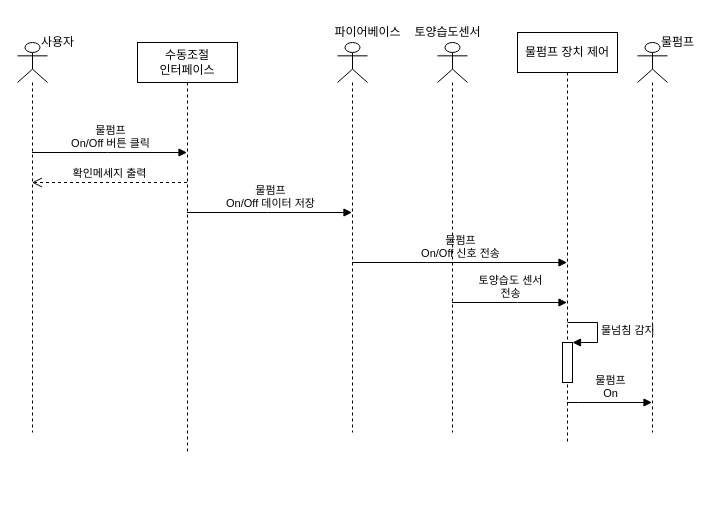
Above: 5주차/시퀀스 다이어그램/manual_seq_dg.drawio in sonmyungwon/Software-Development (draw.io), before the change. Source tidied: cells renumbered, new cells numbered last; positions are measured from the earlier drawing's top-left corner, leaving out a move shared by most shapes. Both pictures are drawn from the tidied source at 100%, with x=0, y=0 at pixel (17, 17).
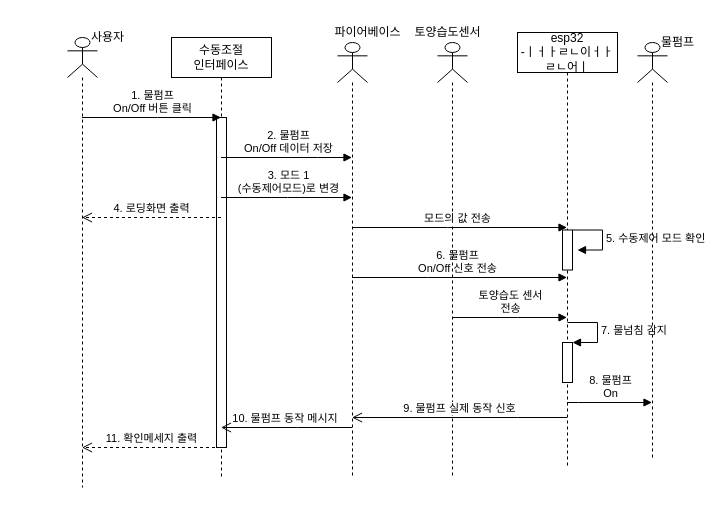
After the change.

Unchanged cells that the change refers to:
```xml
<mxCell id="4" style="html=1;points=[];perimeter=orthogonalPerimeter;" parent="3" vertex="1">
  <mxGeometry x="45" y="310" width="10" height="40" as="geometry" />
</mxCell>
```

What changed in the source:
```diff
@@
     <mxCell id="2" value="수동조절&lt;br&gt;&amp;nbsp;인터페이스&lt;span style=&quot;white-space: pre;&quot;&gt; &lt;/span&gt;" style="shape=umlLifeline;perimeter=lifelinePerimeter;whiteSpace=wrap;html=1;outlineConnect=0;" parent="1" vertex="1">
-      <mxGeometry x="120" y="25" width="100" height="410" as="geometry" />
+      <mxGeometry x="154" y="20" width="100" height="440" as="geometry" />
     </mxCell>
+    <mxCell id="20" style="html=1;perimeter=orthogonalPerimeter;" parent="2" vertex="1">
+      <mxGeometry x="45" y="80" width="10" height="330" as="geometry" />
+    </mxCell>
-    <mxCell id="3" value="물펌프 장치 제어" style="shape=umlLifeline;perimeter=lifelinePerimeter;whiteSpace=wrap;html=1;outlineConnect=0;" parent="1" vertex="1">
-      <mxGeometry x="500" y="15" width="100" height="410" as="geometry" />
+    <mxCell id="3" value="esp32&lt;br&gt;-ㅣㅓㅏㄹㄴ이ㅓㅏㄹㄴ어ㅣ" style="shape=umlLifeline;perimeter=lifelinePerimeter;whiteSpace=wrap;html=1;outlineConnect=0;" parent="1" vertex="1">
+      <mxGeometry x="500" y="15" width="100" height="435" as="geometry" />
     </mxCell>
@@
-    <mxCell id="5" value="물넘침 감지" style="edgeStyle=orthogonalEdgeStyle;html=1;align=left;spacingLeft=2;endArrow=block;rounded=0;entryX=1;entryY=0;" parent="3" edge="1" target="4">
+    <mxCell id="5" value="7. 물넘침 감지" style="edgeStyle=orthogonalEdgeStyle;html=1;align=left;spacingLeft=2;endArrow=block;rounded=0;entryX=1;entryY=0;" parent="3" edge="1" target="4">
       <mxGeometry relative="1" as="geometry">
         <mxPoint x="50" y="290" as="sourcePoint" />
         <Array as="points">
           <mxPoint x="80" y="290" />
         </Array>
       </mxGeometry>
     </mxCell>
+    <mxCell id="21" style="html=1;perimeter=orthogonalPerimeter;" parent="3" vertex="1">
+      <mxGeometry x="45" y="197.5" width="10" height="40" as="geometry" />
+    </mxCell>
+    <mxCell id="22" value="5. 수동제어 모드 확인" style="edgeStyle=orthogonalEdgeStyle;html=1;align=left;spacingLeft=2;endArrow=block;rounded=0;entryX=1;entryY=0;" parent="3" edge="1">
+      <mxGeometry relative="1" as="geometry">
+        <mxPoint x="55" y="197.5" as="sourcePoint" />
+        <mxPoint x="60" y="217.5" as="targetPoint" />
+        <Array as="points">
+          <mxPoint x="85" y="197.5" />
+        </Array>
+      </mxGeometry>
+    </mxCell>
-    <mxCell id="6" value="물펌프&lt;br&gt;On/Off 버튼 클릭" style="html=1;verticalAlign=bottom;endArrow=block;rounded=0;" parent="1" edge="1" source="11" target="2">
+    <mxCell id="6" value="1. 물펌프&lt;br&gt;On/Off 버튼 클릭" style="html=1;verticalAlign=bottom;endArrow=block;rounded=0;" parent="1" edge="1" source="11" target="2">
       <mxGeometry relative="1" as="geometry">
         <Array as="points">
-          <mxPoint x="90" y="135" />
+          <mxPoint x="140" y="100" />
         </Array>
       </mxGeometry>
     </mxCell>
-    <mxCell id="7" value="확인메세지 출력" style="html=1;verticalAlign=bottom;endArrow=open;dashed=1;endSize=8;rounded=0;" parent="1" edge="1" source="2" target="11">
+    <mxCell id="7" value="11. 확인메세지 출력" style="html=1;verticalAlign=bottom;endArrow=open;dashed=1;endSize=8;rounded=0;" parent="1" edge="1" source="2" target="11">
       <mxGeometry relative="1" as="geometry">
         <Array as="points">
-          <mxPoint x="100" y="165" />
+          <mxPoint x="150" y="430" />
         </Array>
       </mxGeometry>
     </mxCell>
-    <mxCell id="8" value="물펌프&lt;br&gt;On/Off 데이터 저장" style="html=1;verticalAlign=bottom;endArrow=block;rounded=0;" parent="1" edge="1" source="2" target="15">
-      <mxGeometry relative="1" as="geometry">
+    <mxCell id="8" value="2. 물펌프&lt;br&gt;On/Off 데이터 저장" style="html=1;verticalAlign=bottom;endArrow=block;rounded=0;" parent="1" edge="1" source="2" target="15">
+      <mxGeometry x="0.02" relative="1" as="geometry">
         <Array as="points">
-          <mxPoint x="250" y="195" />
+          <mxPoint x="300" y="140" />
         </Array>
       </mxGeometry>
     </mxCell>
-    <mxCell id="9" value="물펌프&lt;br&gt;On/Off 신호 전송" style="html=1;verticalAlign=bottom;endArrow=block;rounded=0;" parent="1" edge="1" source="15" target="3">
-      <mxGeometry relative="1" as="geometry">
+    <mxCell id="9" value="6. 물펌프&lt;br&gt;On/Off 신호 전송" style="html=1;verticalAlign=bottom;endArrow=block;rounded=0;" parent="1" edge="1" source="15" target="3">
+      <mxGeometry x="-0.02" relative="1" as="geometry">
         <Array as="points">
-          <mxPoint x="410" y="245" />
+          <mxPoint x="410" y="260" />
         </Array>
       </mxGeometry>
     </mxCell>
-    <mxCell id="10" value="물펌프&lt;br&gt;On" style="html=1;verticalAlign=bottom;endArrow=block;rounded=0;" parent="1" edge="1" source="3" target="13">
+    <mxCell id="10" value="8. 물펌프&lt;br&gt;On" style="html=1;verticalAlign=bottom;endArrow=block;rounded=0;" parent="1" edge="1" source="3" target="13">
       <mxGeometry relative="1" as="geometry">
         <Array as="points">
           <mxPoint x="561" y="385" />
         </Array>
       </mxGeometry>
     </mxCell>
     <mxCell id="11" style="shape=umlLifeline;participant=umlActor;perimeter=lifelinePerimeter;whiteSpace=wrap;html=1;verticalAlign=top;spacingTop=36;outlineConnect=0;" parent="1" vertex="1">
-      <mxGeometry y="25" width="30" height="390" as="geometry" />
+      <mxGeometry x="50" y="20" width="30" height="450" as="geometry" />
     </mxCell>
     <mxCell id="12" value="사용자" style="text;html=1;align=center;verticalAlign=middle;strokeColor=none;fillColor=none;" parent="1" vertex="1">
-      <mxGeometry x="10" y="10" width="60" height="30" as="geometry" />
+      <mxGeometry x="60" y="5" width="60" height="30" as="geometry" />
     </mxCell>
     <mxCell id="13" style="shape=umlLifeline;participant=umlActor;perimeter=lifelinePerimeter;whiteSpace=wrap;html=1;verticalAlign=top;spacingTop=36;outlineConnect=0;" parent="1" vertex="1">
-      <mxGeometry x="620" y="25" width="30" height="390" as="geometry" />
+      <mxGeometry x="620" y="25" width="30" height="415" as="geometry" />
     </mxCell>
@@
     <mxCell id="15" style="shape=umlLifeline;participant=umlActor;perimeter=lifelinePerimeter;whiteSpace=wrap;html=1;verticalAlign=top;spacingTop=36;outlineConnect=0;" parent="1" vertex="1">
-      <mxGeometry x="320" y="25" width="30" height="390" as="geometry" />
+      <mxGeometry x="320" y="25" width="30" height="435" as="geometry" />
     </mxCell>
@@
     <mxCell id="17" style="shape=umlLifeline;participant=umlActor;perimeter=lifelinePerimeter;whiteSpace=wrap;html=1;verticalAlign=top;spacingTop=36;outlineConnect=0;" parent="1" vertex="1">
-      <mxGeometry x="420" y="25" width="30" height="390" as="geometry" />
+      <mxGeometry x="420" y="25" width="30" height="435" as="geometry" />
     </mxCell>
@@
     <mxCell id="19" value="토양습도 센서&lt;br&gt;전송" style="html=1;verticalAlign=bottom;endArrow=block;rounded=0;" parent="1" edge="1" source="17" target="3">
       <mxGeometry relative="1" as="geometry">
         <Array as="points">
-          <mxPoint x="500" y="285" />
+          <mxPoint x="500" y="300" />
         </Array>
       </mxGeometry>
     </mxCell>
+    <mxCell id="23" value="4. 로딩화면 출력" style="html=1;verticalAlign=bottom;endArrow=open;dashed=1;endSize=8;rounded=0;" parent="1" edge="1" source="2" target="11">
+      <mxGeometry relative="1" as="geometry">
+        <Array as="points">
+          <mxPoint x="140" y="200" />
+        </Array>
+      </mxGeometry>
+    </mxCell>
+    <mxCell id="24" value="9. 물펌프 실제 동작 신호" style="html=1;verticalAlign=bottom;endArrow=open;endSize=8;rounded=0;" parent="1" edge="1" source="3" target="15">
+      <mxGeometry relative="1" as="geometry">
+        <Array as="points">
+          <mxPoint x="500" y="400" />
+        </Array>
+      </mxGeometry>
+    </mxCell>
+    <mxCell id="25" value="10. 물펌프 동작 메시지&amp;nbsp;" style="html=1;verticalAlign=bottom;endArrow=open;endSize=8;rounded=0;" parent="1" edge="1" source="15" target="2">
+      <mxGeometry relative="1" as="geometry">
+        <Array as="points">
+          <mxPoint x="280" y="410" />
+        </Array>
+      </mxGeometry>
+    </mxCell>
+    <mxCell id="26" value="3. 모드 1&lt;br&gt;(수동제어모드)로 변경" style="html=1;verticalAlign=bottom;endArrow=block;rounded=0;" parent="1" edge="1" source="2" target="15">
+      <mxGeometry x="0.02" relative="1" as="geometry">
+        <Array as="points">
+          <mxPoint x="270" y="180" />
+        </Array>
+      </mxGeometry>
+    </mxCell>
+    <mxCell id="27" value="모드의 값 전송" style="html=1;verticalAlign=bottom;endArrow=block;rounded=0;" parent="1" edge="1" source="15" target="3">
+      <mxGeometry x="-0.02" relative="1" as="geometry">
+        <Array as="points">
+          <mxPoint x="430" y="210" />
+        </Array>
+      </mxGeometry>
+    </mxCell>
```
